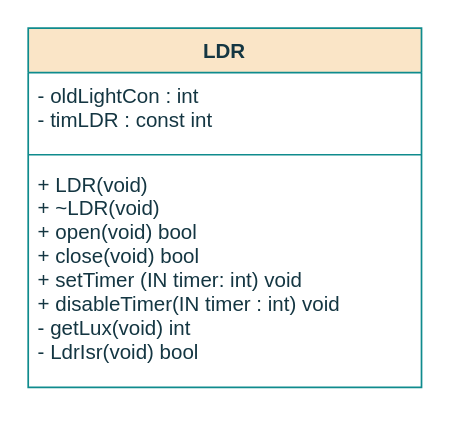
This is page "classLDR" (6 of 7) of project/report/flowcharts/Sensors.drawio from ESRGgroup9/slipad, a draw.io file, before an edit. Source tidied: cells renumbered, new cells numbered last; positions are measured from the earlier drawing's top-left corner, leaving out a move shared by most shapes. Both pictures are drawn from the tidied source at 171%, with x=0, y=0 at pixel (27, 27).
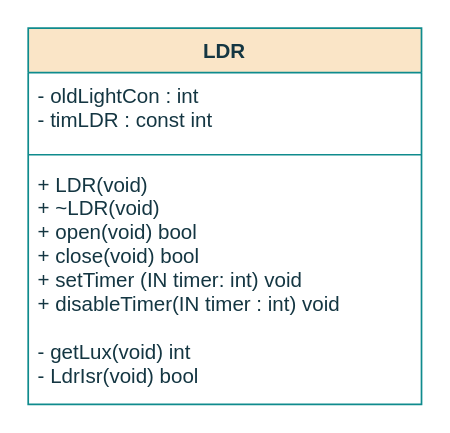
The same page after the edit.

The edit, as a diff of the source:
```diff
@@
 <mxGraphModel>
   <root>
     <mxCell id="0" />
     <mxCell id="1" parent="0" />
     <mxCell id="2" value="LDR" style="swimlane;fontStyle=1;align=center;verticalAlign=top;horizontal=1;startSize=26;fillColor=#FAE5C7;strokeColor=#0F8B8D;fontColor=#143642;" parent="1" vertex="1">
-      <mxGeometry width="230" height="210" as="geometry" />
+      <mxGeometry width="230" height="220" as="geometry" />
     </mxCell>
     <mxCell id="3" value="- oldLightCon : int&#10;- timLDR : const int&#10;" style="text;strokeColor=none;fillColor=none;align=left;verticalAlign=top;spacingLeft=4;spacingRight=4;overflow=hidden;fontColor=#143642;" parent="2" vertex="1">
       <mxGeometry y="26" width="230" height="44" as="geometry" />
     </mxCell>
     <mxCell id="4" style="line;strokeWidth=1;fillColor=none;align=left;verticalAlign=middle;spacingTop=-1;spacingLeft=3;spacingRight=3;labelPosition=right;labelBackgroundColor=#DAD2D8;strokeColor=#0F8B8D;fontColor=#143642;" parent="2" vertex="1">
       <mxGeometry y="70" width="230" height="8" as="geometry" />
     </mxCell>
-    <mxCell id="5" value="+ LDR(void)&#10;+ ~LDR(void)&#10;+ open(void) bool&#10;+ close(void) bool&#10;+ setTimer (IN timer: int) void&#10;+ disableTimer(IN timer : int) void&#10;- getLux(void) int&#10;- LdrIsr(void) bool" style="text;strokeColor=none;fillColor=none;align=left;verticalAlign=top;spacingLeft=4;spacingRight=4;overflow=hidden;fontColor=#143642;spacing=2;fontStyle=0;" parent="2" vertex="1">
-      <mxGeometry y="78" width="230" height="132" as="geometry" />
+    <mxCell id="5" value="+ LDR(void)&#10;+ ~LDR(void)&#10;+ open(void) bool&#10;+ close(void) bool&#10;+ setTimer (IN timer: int) void&#10;+ disableTimer(IN timer : int) void&#10;&#10;- getLux(void) int&#10;- LdrIsr(void) bool" style="text;strokeColor=none;fillColor=none;align=left;verticalAlign=top;spacingLeft=4;spacingRight=4;overflow=hidden;fontColor=#143642;spacing=2;fontStyle=0;" parent="2" vertex="1">
+      <mxGeometry y="78" width="230" height="142" as="geometry" />
     </mxCell>
   </root>
 </mxGraphModel>
```
